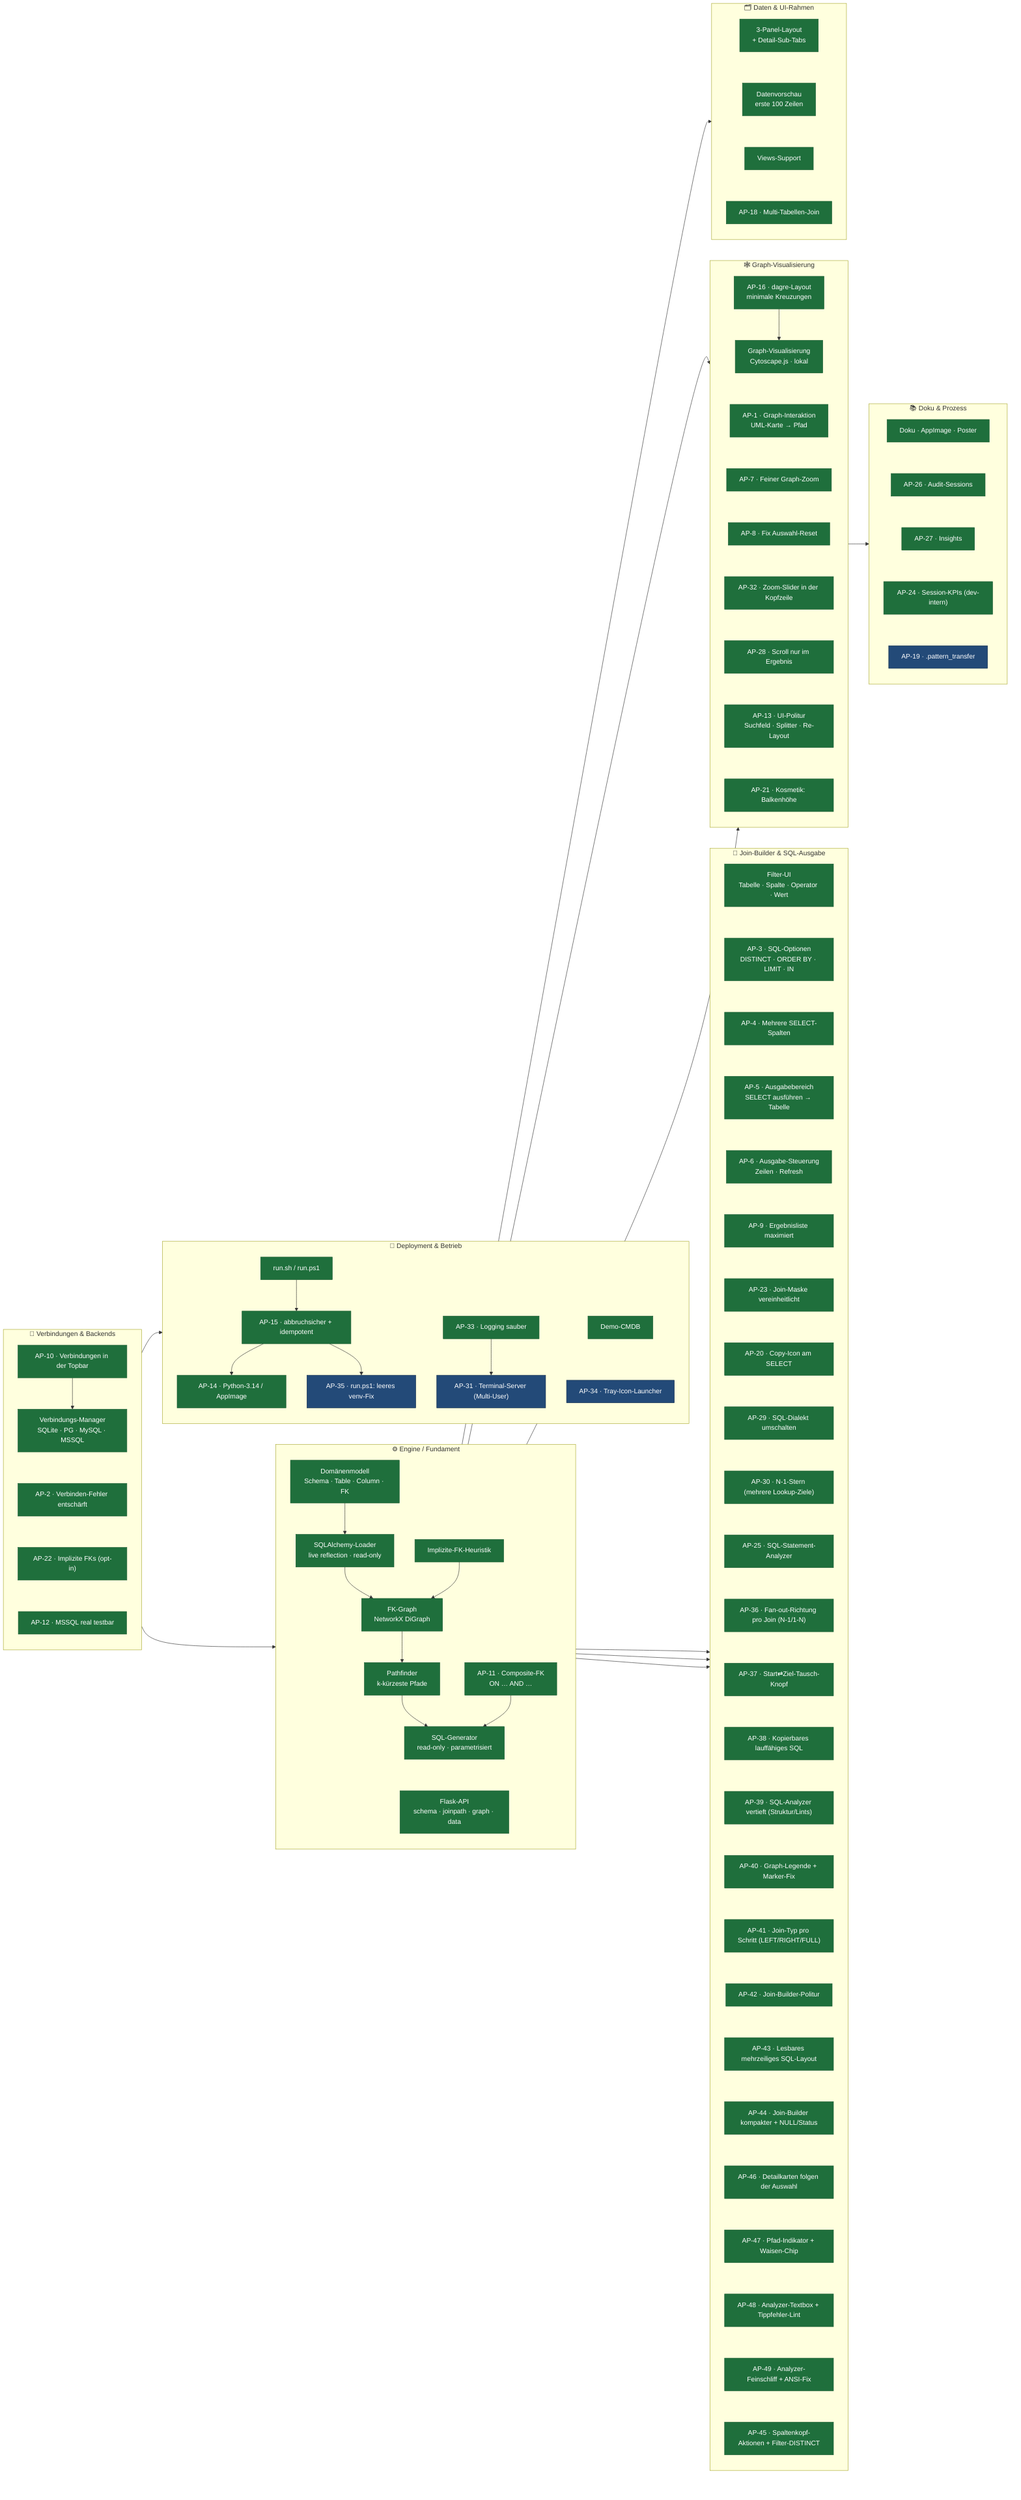
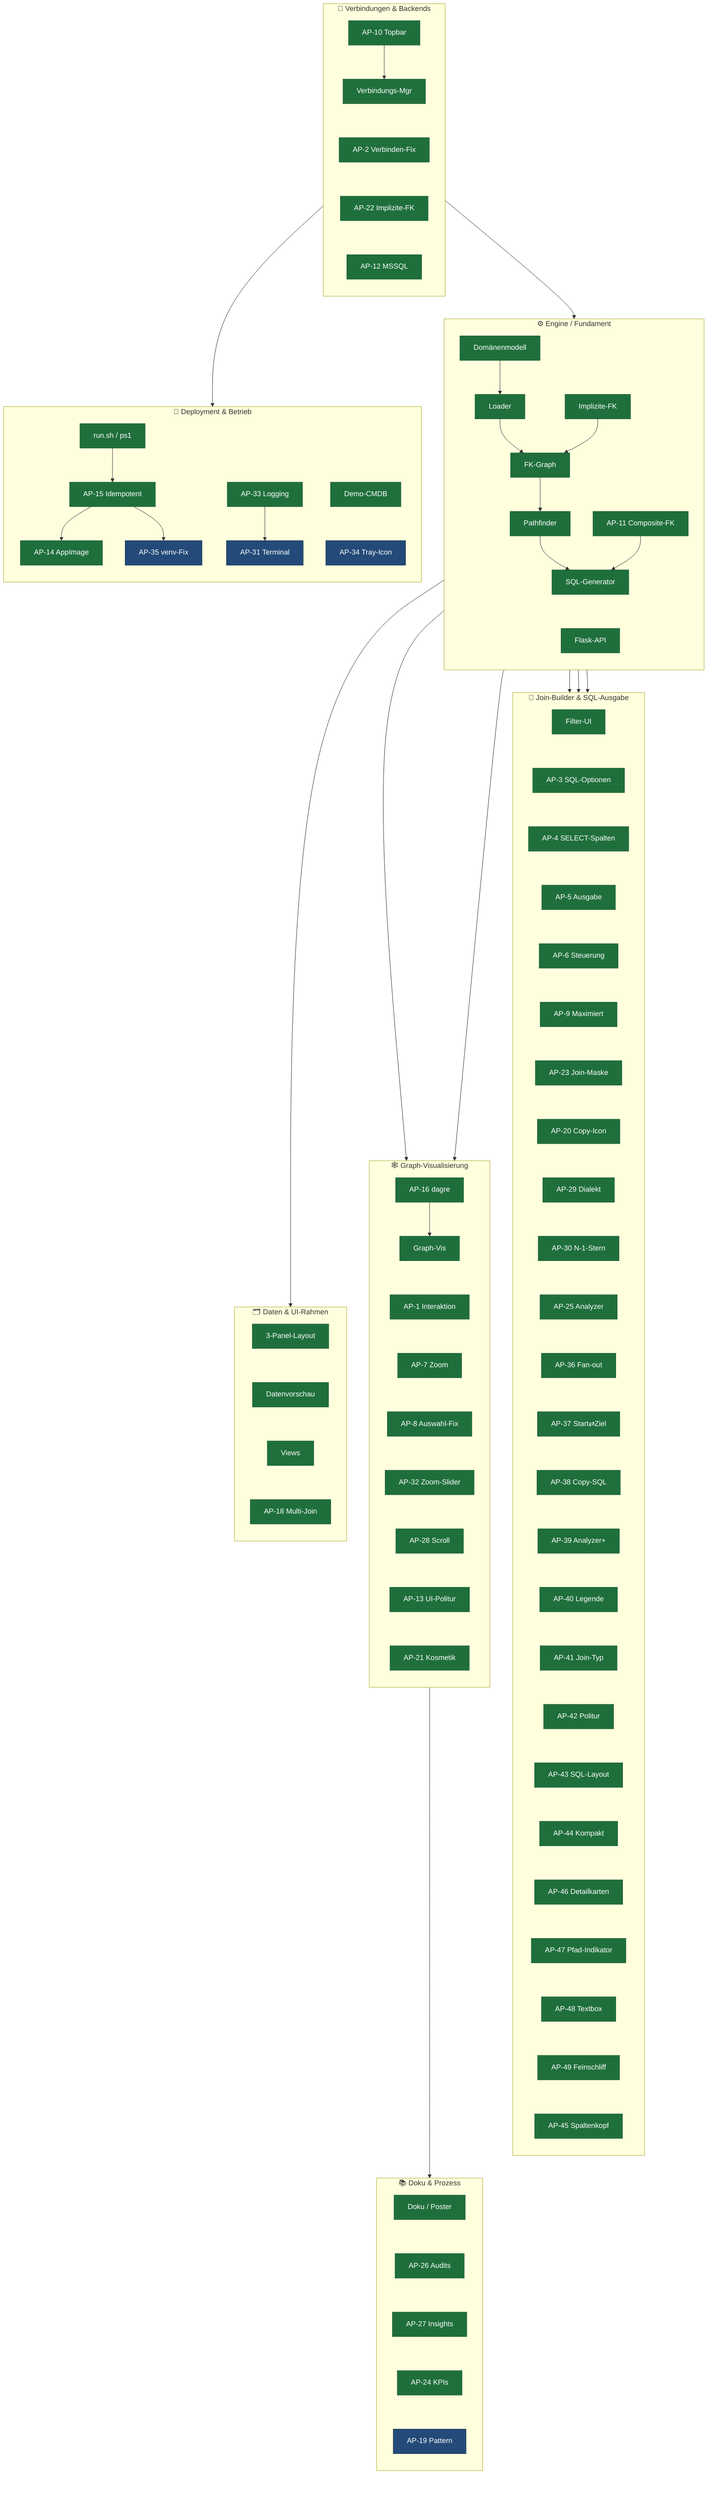
- flowchart LR
+ flowchart TB
    classDef done fill:#1f6f3c,color:#fff,stroke:#1a5c32,stroke-width:1px
    classDef plan fill:#234a78,color:#fff,stroke:#16314f,stroke-width:1px

    %% ── C1 · Engine / Fundament ──────────────────────────────────────────
    subgraph C1["⚙️  Engine / Fundament"]
        direction TB
-         E1["Domänenmodell\nSchema · Table · Column · FK"]
-         E2["SQLAlchemy-Loader\nlive reflection · read-only"]
-         E3["FK-Graph\nNetworkX DiGraph"]
-         E4["Pathfinder\nk-kürzeste Pfade"]
-         E5["SQL-Generator\nread-only · parametrisiert"]
-         E6["Flask-API\nschema · joinpath · graph · data"]
-         E7["AP-11 · Composite-FK\nON … AND …"]
-         E8["Implizite-FK-Heuristik"]
+         E1["Domänenmodell"]
+         E2["Loader"]
+         E3["FK-Graph"]
+         E4["Pathfinder"]
+         E5["SQL-Generator"]
+         E6["Flask-API"]
+         E7["AP-11 Composite-FK"]
+         E8["Implizite-FK"]
        E1 --> E2 --> E3 --> E4 --> E5
        E7 --> E5
        E8 --> E3
        E5 ~~~ E6
    end

    %% ── C2 · Verbindungen & Backends ─────────────────────────────────────
    subgraph C2["🔌  Verbindungen & Backends"]
        direction TB
-         V1["Verbindungs-Manager\nSQLite · PG · MySQL · MSSQL"]
-         V2["AP-2 · Verbinden-Fehler entschärft"]
-         V3["AP-10 · Verbindungen in der Topbar"]
-         V4["AP-12 · MSSQL real testbar"]
-         V5["AP-22 · Implizite FKs (opt-in)"]
+         V1["Verbindungs-Mgr"]
+         V2["AP-2 Verbinden-Fix"]
+         V3["AP-10 Topbar"]
+         V4["AP-12 MSSQL"]
+         V5["AP-22 Implizite-FK"]
        V3 --> V1
        V1 ~~~ V2 ~~~ V5 ~~~ V4
    end

    %% ── C3 · Join-Builder & SQL-Ausgabe ──────────────────────────────────
    subgraph C3["🧩  Join-Builder & SQL-Ausgabe"]
        direction TB
-         J1["Filter-UI\nTabelle · Spalte · Operator · Wert"]
-         J2["AP-3 · SQL-Optionen\nDISTINCT · ORDER BY · LIMIT · IN"]
-         J3["AP-4 · Mehrere SELECT-Spalten"]
-         J4["AP-5 · Ausgabebereich\nSELECT ausführen → Tabelle"]
-         J5["AP-6 · Ausgabe-Steuerung\nZeilen · Refresh"]
-         J6["AP-9 · Ergebnisliste maximiert"]
-         J7["AP-23 · Join-Maske vereinheitlicht"]
-         J8["AP-20 · Copy-Icon am SELECT"]
-         J9["AP-29 · SQL-Dialekt umschalten"]
-         J10["AP-30 · N-1-Stern (mehrere Lookup-Ziele)"]
-         J11["AP-25 · SQL-Statement-Analyzer"]
-         J12["AP-36 · Fan-out-Richtung pro Join (N-1/1-N)"]
-         J13["AP-37 · Start⇄Ziel-Tausch-Knopf"]
-         J14["AP-38 · Kopierbares lauffähiges SQL"]
-         J15["AP-39 · SQL-Analyzer vertieft (Struktur/Lints)"]
-         J16["AP-40 · Graph-Legende + Marker-Fix"]
-         J17["AP-41 · Join-Typ pro Schritt (LEFT/RIGHT/FULL)"]
-         J18["AP-42 · Join-Builder-Politur"]
-         J19["AP-43 · Lesbares mehrzeiliges SQL-Layout"]
-         J20["AP-44 · Join-Builder kompakter + NULL/Status"]
-         J21["AP-46 · Detailkarten folgen der Auswahl"]
-         J22["AP-47 · Pfad-Indikator + Waisen-Chip"]
-         J23["AP-48 · Analyzer-Textbox + Tippfehler-Lint"]
-         J24["AP-49 · Analyzer-Feinschliff + ANSI-Fix"]
-         J25["AP-45 · Spaltenkopf-Aktionen + Filter-DISTINCT"]
+         J1["Filter-UI"]
+         J2["AP-3 SQL-Optionen"]
+         J3["AP-4 SELECT-Spalten"]
+         J4["AP-5 Ausgabe"]
+         J5["AP-6 Steuerung"]
+         J6["AP-9 Maximiert"]
+         J7["AP-23 Join-Maske"]
+         J8["AP-20 Copy-Icon"]
+         J9["AP-29 Dialekt"]
+         J10["AP-30 N-1-Stern"]
+         J11["AP-25 Analyzer"]
+         J12["AP-36 Fan-out"]
+         J13["AP-37 Start⇄Ziel"]
+         J14["AP-38 Copy-SQL"]
+         J15["AP-39 Analyzer+"]
+         J16["AP-40 Legende"]
+         J17["AP-41 Join-Typ"]
+         J18["AP-42 Politur"]
+         J19["AP-43 SQL-Layout"]
+         J20["AP-44 Kompakt"]
+         J21["AP-46 Detailkarten"]
+         J22["AP-47 Pfad-Indikator"]
+         J23["AP-48 Textbox"]
+         J24["AP-49 Feinschliff"]
+         J25["AP-45 Spaltenkopf"]
        J1 ~~~ J2 ~~~ J3 ~~~ J4 ~~~ J5 ~~~ J6 ~~~ J7 ~~~ J8 ~~~ J9 ~~~ J10 ~~~ J11 ~~~ J12 ~~~ J13 ~~~ J14 ~~~ J15 ~~~ J16 ~~~ J17 ~~~ J18 ~~~ J19 ~~~ J20 ~~~ J21 ~~~ J22 ~~~ J23 ~~~ J24 ~~~ J25
    end

    %% ── C4 · Graph-Visualisierung ────────────────────────────────────────
    subgraph C4["🕸️  Graph-Visualisierung"]
        direction TB
-         G1["Graph-Visualisierung\nCytoscape.js · lokal"]
-         G2["AP-1 · Graph-Interaktion\nUML-Karte → Pfad"]
-         G3["AP-7 · Feiner Graph-Zoom"]
-         G4["AP-8 · Fix Auswahl-Reset"]
-         G5["AP-16 · dagre-Layout\nminimale Kreuzungen"]
-         G6["AP-32 · Zoom-Slider in der Kopfzeile"]
-         G7["AP-28 · Scroll nur im Ergebnis"]
-         G8["AP-13 · UI-Politur\nSuchfeld · Splitter · Re-Layout"]
-         G9["AP-21 · Kosmetik: Balkenhöhe"]
+         G1["Graph-Vis"]
+         G2["AP-1 Interaktion"]
+         G3["AP-7 Zoom"]
+         G4["AP-8 Auswahl-Fix"]
+         G5["AP-16 dagre"]
+         G6["AP-32 Zoom-Slider"]
+         G7["AP-28 Scroll"]
+         G8["AP-13 UI-Politur"]
+         G9["AP-21 Kosmetik"]
        G5 --> G1
        G1 ~~~ G2 ~~~ G3 ~~~ G4 ~~~ G6 ~~~ G7 ~~~ G8 ~~~ G9
    end

    %% ── C5 · Daten & UI-Rahmen ───────────────────────────────────────────
    subgraph C5["🗂️  Daten & UI-Rahmen"]
        direction TB
-         D1["3-Panel-Layout\n+ Detail-Sub-Tabs"]
-         D2["Datenvorschau\nerste 100 Zeilen"]
-         D3["Views-Support"]
-         D4["AP-18 · Multi-Tabellen-Join"]
+         D1["3-Panel-Layout"]
+         D2["Datenvorschau"]
+         D3["Views"]
+         D4["AP-18 Multi-Join"]
        D1 ~~~ D2 ~~~ D3 ~~~ D4
    end

    %% ── C6 · Deployment & Betrieb ────────────────────────────────────────
    subgraph C6["🚀  Deployment & Betrieb"]
        direction TB
        B1["Demo-CMDB"]
-         B2["run.sh / run.ps1"]
-         B3["AP-15 · abbruchsicher + idempotent"]
-         B4["AP-14 · Python-3.14 / AppImage"]
-         B5["AP-35 · run.ps1: leeres venv-Fix"]
-         B7["AP-31 · Terminal-Server (Multi-User)"]
-         B8["AP-33 · Logging sauber"]
-         B9["AP-34 · Tray-Icon-Launcher"]
+         B2["run.sh / ps1"]
+         B3["AP-15 Idempotent"]
+         B4["AP-14 AppImage"]
+         B5["AP-35 venv-Fix"]
+         B7["AP-31 Terminal"]
+         B8["AP-33 Logging"]
+         B9["AP-34 Tray-Icon"]
        B2 --> B3
        B3 --> B4
        B3 --> B5
        B8 --> B7
        B1 ~~~ B9
    end

    %% ── C7 · Doku & Prozess ──────────────────────────────────────────────
    subgraph C7["📚  Doku & Prozess"]
        direction TB
-         K1["Doku · AppImage · Poster"]
-         K2["AP-26 · Audit-Sessions"]
-         K3["AP-27 · Insights"]
-         K5["AP-24 · Session-KPIs (dev-intern)"]
-         K4["AP-19 · .pattern_transfer"]
+         K1["Doku / Poster"]
+         K2["AP-26 Audits"]
+         K3["AP-27 Insights"]
+         K5["AP-24 KPIs"]
+         K4["AP-19 Pattern"]
        K1 ~~~ K2 ~~~ K3 ~~~ K5 ~~~ K4
    end

    %% ── Cluster-übergreifende Abhängigkeiten ─────────────────────────────
    V1 --> E2
    E5 --> J1
    E5 --> J9
    E5 --> J11
    E4 --> G2
    E3 --> G1
    E6 --> D1
    V4 --> B7
    G5 --> K2

    class E1,E2,E3,E4,E5,E6,E7,E8 done
    class V1,V2,V3,V4,V5 done
    class J1,J2,J3,J4,J5,J6,J7,J8,J9,J10,J11,J12,J13,J14,J15,J16,J17,J18,J19,J20,J21,J22,J23,J24,J25 done
    class G1,G2,G3,G4,G5,G6,G7,G8,G9 done
    class D1,D2,D3,D4 done
    class B1,B2,B3,B4,B8 done
    class B5,B7,B9 plan
    class K1,K2,K3,K5 done
    class K4 plan
